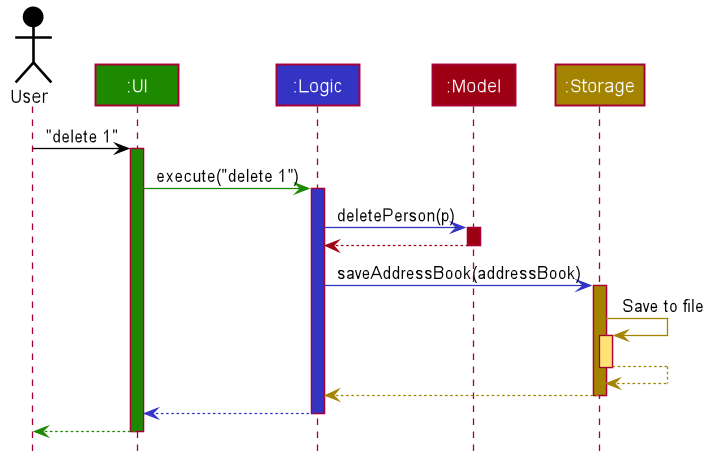
Before: docs/images/ArchitectureSequenceDiagram.png, a diagram exported from PlantUML (nus-cs2103-AY2223S2/tp). Its source is kept beside it as docs/diagrams/ArchitectureSequenceDiagram.puml.
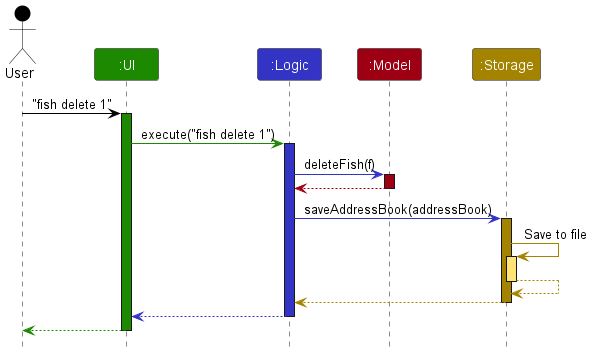
Above is the later version.

Commit message:
Update DG architecture sequence diagram to fish delete

What changed in the source:
```diff
@@ -7,13 +7,13 @@
 Participant ":Model" as model MODEL_COLOR
 Participant ":Storage" as storage STORAGE_COLOR
 
-user -[USER_COLOR]> ui : "delete 1"
+user -[USER_COLOR]> ui : "fish delete 1"
 activate ui UI_COLOR
 
-ui -[UI_COLOR]> logic : execute("delete 1")
+ui -[UI_COLOR]> logic : execute("fish delete 1")
 activate logic LOGIC_COLOR
 
-logic -[LOGIC_COLOR]> model : deleteFish(p)
+logic -[LOGIC_COLOR]> model : deleteFish(f)
 activate model MODEL_COLOR
 
 model -[MODEL_COLOR]-> logic
```
